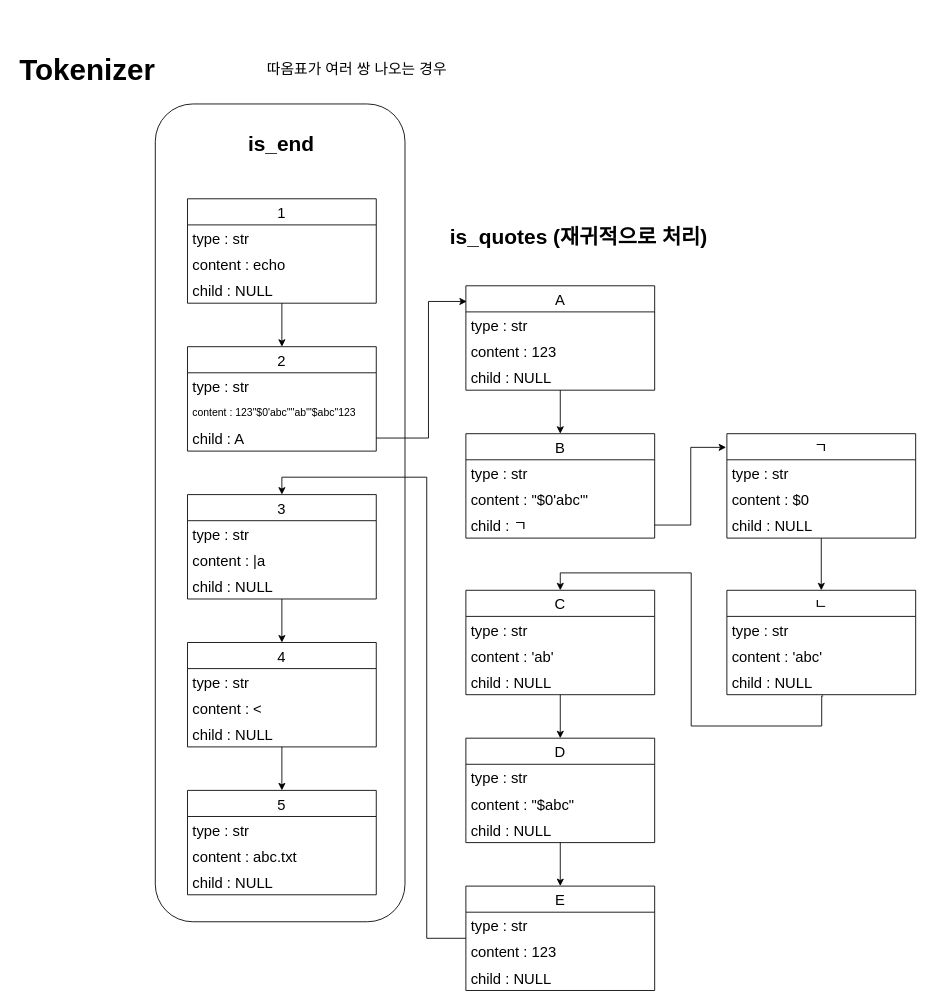
Above: 제목 없는 다이어그램.drawio in hoseong511/42_minishell (draw.io), before the change. Source tidied: cells renumbered, new cells numbered last; positions are measured from the earlier drawing's top-left corner, leaving out a move shared by most shapes. Both pictures are drawn from the tidied source at 87%, with x=0, y=0 at pixel (15, 41).
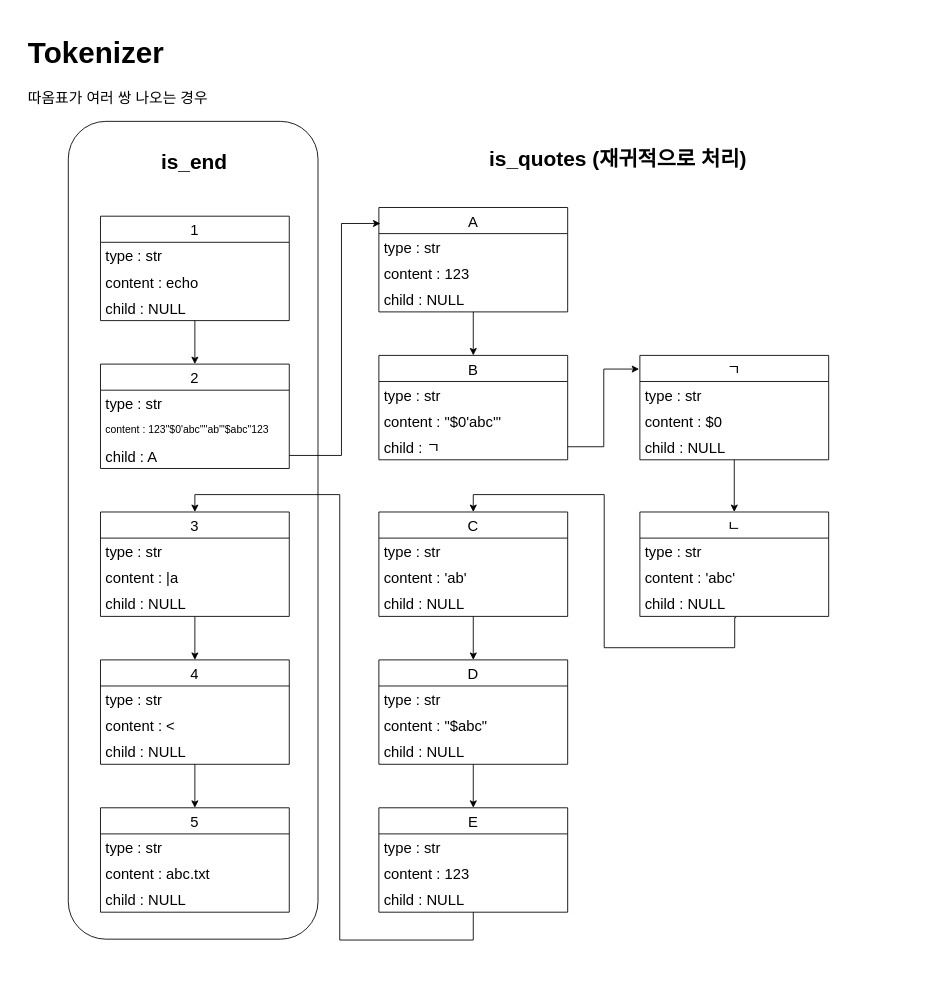
The same diagram, later.

Commit message:
data_structure : Tokenizer

The change refers to these unchanged cells:
```xml
<mxCell id="11" value="child : A" style="text;strokeColor=none;fillColor=none;align=left;verticalAlign=middle;spacingLeft=4;spacingRight=4;overflow=hidden;points=[[0,0.5],[1,0.5]];portConstraint=eastwest;fontSize=17;" parent="8" vertex="1">
  <mxGeometry y="90" width="217" height="30" as="geometry" />
</mxCell>
<mxCell id="61" value="child : NULL" style="text;strokeColor=none;fillColor=none;align=left;verticalAlign=middle;spacingLeft=4;spacingRight=4;overflow=hidden;points=[[0,0.5],[1,0.5]];portConstraint=eastwest;fontSize=17;" parent="58" vertex="1">
  <mxGeometry y="90" width="217" height="30" as="geometry" />
</mxCell>
```

Change to the diagram source:
```diff
@@
     <mxCell id="2" style="rounded=1;whiteSpace=wrap;html=1;fontSize=17;" parent="1" vertex="1">
-      <mxGeometry x="161" y="72" width="287" height="940" as="geometry" />
+      <mxGeometry x="61" y="92" width="287" height="940" as="geometry" />
     </mxCell>
@@
     <mxCell id="4" value="1" style="swimlane;fontStyle=0;horizontal=1;startSize=30;fontSize=17;" parent="1" vertex="1">
-      <mxGeometry x="198" y="181" width="217" height="120" as="geometry" />
+      <mxGeometry x="98" y="201" width="217" height="120" as="geometry" />
     </mxCell>
@@
     <mxCell id="8" value="2" style="swimlane;fontStyle=0;horizontal=1;startSize=30;fontSize=17;" parent="1" vertex="1">
-      <mxGeometry x="198" y="351" width="217" height="120" as="geometry" />
+      <mxGeometry x="98" y="371" width="217" height="120" as="geometry" />
     </mxCell>
@@
     <mxCell id="13" value="3" style="swimlane;fontStyle=0;horizontal=1;startSize=30;fontSize=17;" parent="1" vertex="1">
-      <mxGeometry x="198" y="521" width="217" height="120" as="geometry" />
+      <mxGeometry x="98" y="541" width="217" height="120" as="geometry" />
     </mxCell>
@@
     <mxCell id="18" value="4" style="swimlane;fontStyle=0;horizontal=1;startSize=30;fontSize=17;" parent="1" vertex="1">
-      <mxGeometry x="198" y="691" width="217" height="120" as="geometry" />
+      <mxGeometry x="98" y="711" width="217" height="120" as="geometry" />
     </mxCell>
@@
     <mxCell id="22" value="5" style="swimlane;fontStyle=0;horizontal=1;startSize=30;fontSize=17;" parent="1" vertex="1">
-      <mxGeometry x="198" y="861" width="217" height="120" as="geometry" />
+      <mxGeometry x="98" y="881" width="217" height="120" as="geometry" />
     </mxCell>
@@
-    <mxCell id="26" value="따옴표가 여러 쌍 나오는 경우" style="text;html=1;strokeColor=none;fillColor=none;align=center;verticalAlign=middle;whiteSpace=wrap;rounded=0;fontSize=17;" parent="1" vertex="1">
-      <mxGeometry x="190" y="11" width="406" height="44" as="geometry" />
-    </mxCell>
@@
     <mxCell id="28" value="A" style="swimlane;fontStyle=0;horizontal=1;startSize=30;fontSize=17;" parent="1" vertex="1">
-      <mxGeometry x="518" y="281" width="217" height="120" as="geometry" />
+      <mxGeometry x="418" y="191" width="217" height="120" as="geometry" />
     </mxCell>
@@
     <mxCell id="32" value="B" style="swimlane;fontStyle=0;horizontal=1;startSize=30;fontSize=17;" parent="1" vertex="1">
-      <mxGeometry x="518" y="451" width="217" height="120" as="geometry" />
+      <mxGeometry x="418" y="361" width="217" height="120" as="geometry" />
     </mxCell>
@@
     <mxCell id="37" value="C" style="swimlane;fontStyle=0;horizontal=1;startSize=30;fontSize=17;" parent="1" vertex="1">
-      <mxGeometry x="518" y="631" width="217" height="120" as="geometry" />
+      <mxGeometry x="418" y="541" width="217" height="120" as="geometry" />
     </mxCell>
@@
     <mxCell id="42" value="D" style="swimlane;fontStyle=0;horizontal=1;startSize=30;fontSize=17;" parent="1" vertex="1">
-      <mxGeometry x="518" y="801" width="217" height="120" as="geometry" />
+      <mxGeometry x="418" y="711" width="217" height="120" as="geometry" />
     </mxCell>
@@
     <mxCell id="46" style="edgeStyle=orthogonalEdgeStyle;rounded=0;jettySize=auto;html=1;fontSize=17;entryX=0.5;entryY=0;entryDx=0;entryDy=0;" parent="1" edge="1" source="47" target="13">
       <mxGeometry relative="1" as="geometry">
         <Array as="points">
-          <mxPoint x="473" y="1031" />
-          <mxPoint x="473" y="501" />
-          <mxPoint x="307" y="501" />
+          <mxPoint x="527" y="1033" />
+          <mxPoint x="373" y="1033" />
+          <mxPoint x="373" y="521" />
+          <mxPoint x="207" y="521" />
         </Array>
       </mxGeometry>
     </mxCell>
     <mxCell id="47" value="E" style="swimlane;fontStyle=0;horizontal=1;startSize=30;fontSize=17;" parent="1" vertex="1">
-      <mxGeometry x="518" y="971" width="217" height="120" as="geometry" />
+      <mxGeometry x="418" y="881" width="217" height="120" as="geometry" />
     </mxCell>
@@
-    <mxCell id="51" style="edgeStyle=orthogonalEdgeStyle;rounded=0;jettySize=auto;html=1;exitX=1;exitY=0.5;exitDx=0;exitDy=0;entryX=0.005;entryY=0.15;entryDx=0;entryDy=0;entryPerimeter=0;fontSize=17;" parent="1" edge="1" source="11" target="28">
+    <mxCell id="51" style="edgeStyle=orthogonalEdgeStyle;rounded=0;jettySize=auto;html=1;exitX=1;exitY=0.5;exitDx=0;exitDy=0;fontSize=17;entryX=0.008;entryY=0.153;entryDx=0;entryDy=0;entryPerimeter=0;" parent="1" edge="1" source="11" target="28">
       <mxGeometry relative="1" as="geometry">
         <Array as="points">
-          <mxPoint x="475" y="456" />
-          <mxPoint x="475" y="299" />
+          <mxPoint x="375" y="476" />
+          <mxPoint x="375" y="209" />
         </Array>
       </mxGeometry>
     </mxCell>
@@
     <mxCell id="53" value="ㄱ" style="swimlane;fontStyle=0;horizontal=1;startSize=30;fontSize=17;" parent="1" vertex="1">
-      <mxGeometry x="818" y="451" width="217" height="120" as="geometry" />
+      <mxGeometry x="718" y="361" width="217" height="120" as="geometry" />
     </mxCell>
@@
     <mxCell id="57" style="edgeStyle=orthogonalEdgeStyle;rounded=0;jettySize=auto;html=1;entryX=0.5;entryY=0;entryDx=0;entryDy=0;fontSize=17;exitX=0.51;exitY=1.048;exitDx=0;exitDy=0;exitPerimeter=0;" parent="1" edge="1" source="61" target="37">
       <mxGeometry relative="1" as="geometry">
         <Array as="points">
-          <mxPoint x="927" y="752" />
-          <mxPoint x="927" y="787" />
-          <mxPoint x="777" y="787" />
-          <mxPoint x="777" y="611" />
-          <mxPoint x="627" y="611" />
+          <mxPoint x="827" y="662" />
+          <mxPoint x="827" y="697" />
+          <mxPoint x="677" y="697" />
+          <mxPoint x="677" y="521" />
+          <mxPoint x="527" y="521" />
         </Array>
       </mxGeometry>
     </mxCell>
     <mxCell id="58" value="ㄴ" style="swimlane;fontStyle=0;horizontal=1;startSize=30;fontSize=17;" parent="1" vertex="1">
-      <mxGeometry x="818" y="631" width="217" height="120" as="geometry" />
+      <mxGeometry x="718" y="541" width="217" height="120" as="geometry" />
     </mxCell>
@@
-    <mxCell id="63" value="&lt;h1&gt;Tokenizer&lt;/h1&gt;" style="text;html=1;strokeColor=none;fillColor=none;spacing=5;spacingTop=-20;whiteSpace=wrap;overflow=hidden;rounded=0;fontSize=17;" parent="1" vertex="1">
-      <mxGeometry width="190" height="89" as="geometry" />
+    <mxCell id="63" value="&lt;h1&gt;Tokenizer&amp;nbsp;&lt;/h1&gt;&lt;span style=&quot;text-align: center;&quot;&gt;따옴표가 여러 쌍 나오는 경우&lt;/span&gt;" style="text;html=1;strokeColor=none;fillColor=none;spacing=5;spacingTop=-20;whiteSpace=wrap;overflow=hidden;rounded=0;fontSize=17;" parent="1" vertex="1">
+      <mxGeometry x="10" y="-20" width="232" height="97" as="geometry" />
     </mxCell>
     <mxCell id="64" value="is_end" style="text;html=1;strokeColor=none;fillColor=none;align=center;verticalAlign=middle;whiteSpace=wrap;rounded=0;fontSize=24;fontStyle=1;" parent="1" vertex="1">
-      <mxGeometry x="170" y="97" width="272" height="44" as="geometry" />
+      <mxGeometry x="70" y="117" width="272" height="44" as="geometry" />
     </mxCell>
     <mxCell id="65" value="is_quotes (재귀적으로 처리)" style="text;html=1;strokeColor=none;fillColor=none;align=center;verticalAlign=middle;whiteSpace=wrap;rounded=0;fontSize=24;fontStyle=1;" parent="1" vertex="1">
-      <mxGeometry x="490.5" y="204" width="313.5" height="44" as="geometry" />
+      <mxGeometry x="390.5" y="114" width="603.5" height="44" as="geometry" />
     </mxCell>
```
